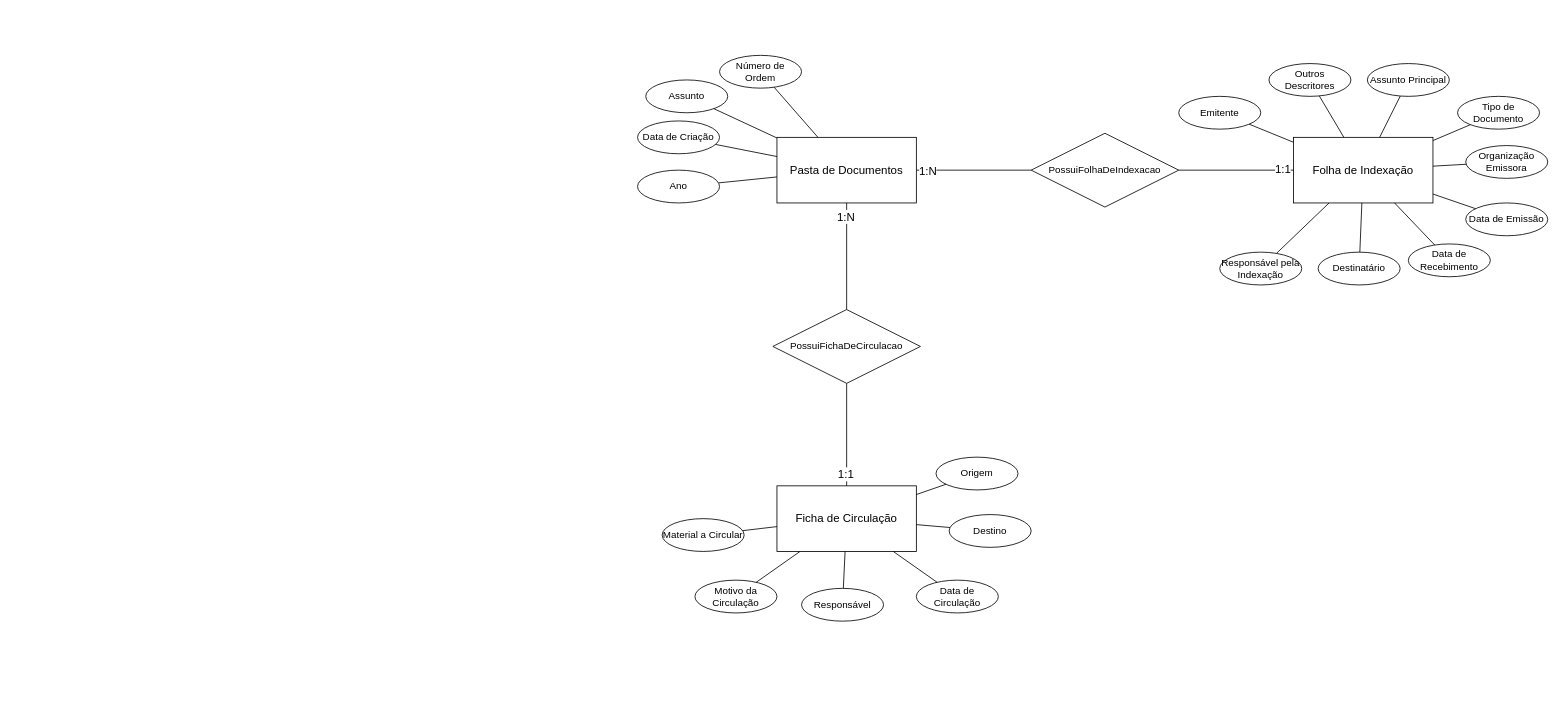
divinor07/avasolos keeps this draw.io diagram as Diagrama sem nome.drawio. Above is the earlier version. Source tidied: cells renumbered, new cells numbered last; positions are measured from the earlier drawing's top-left corner, leaving out a move shared by most shapes. Both pictures are drawn from the tidied source at 82%, with x=0, y=0 at pixel (637, 55).
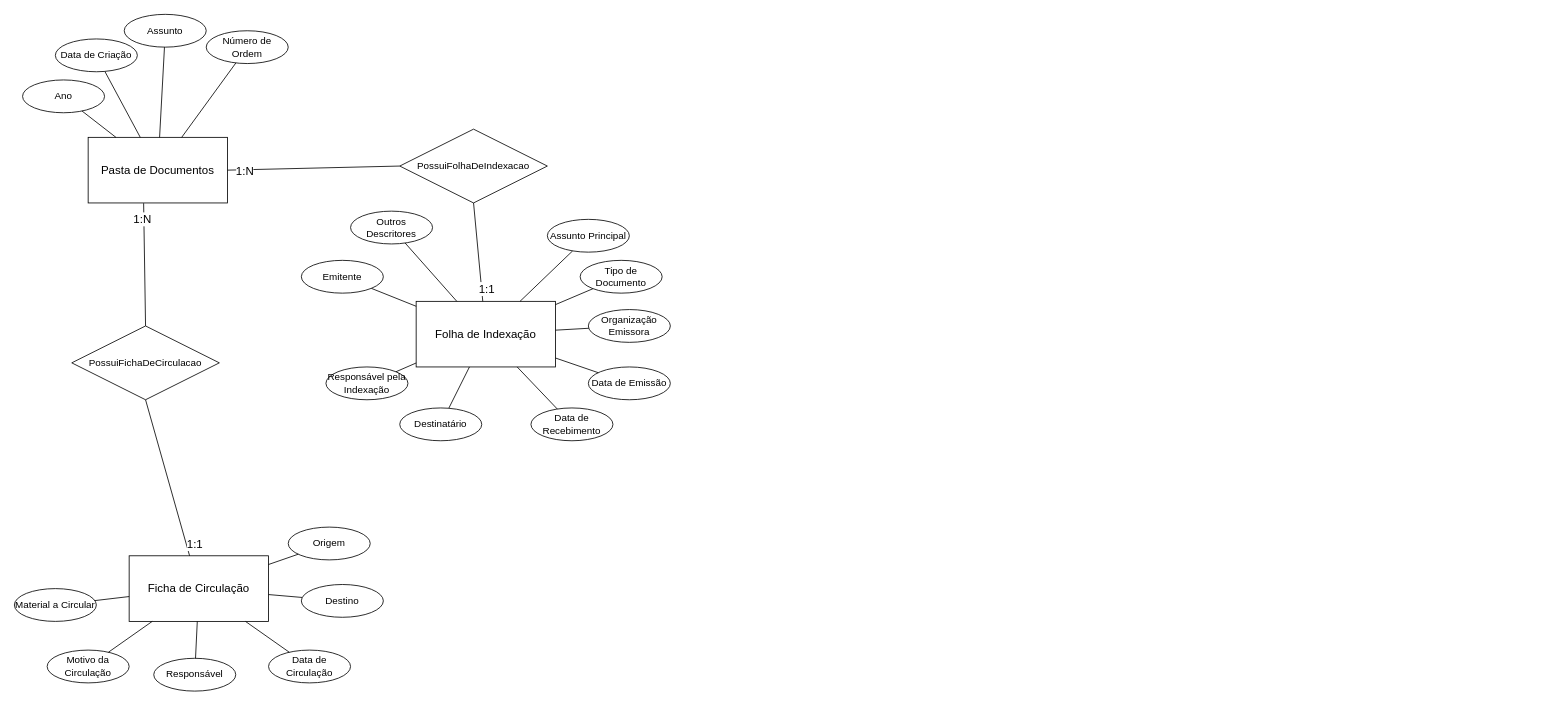
The same diagram, later.

Diff of the diagram source:
```diff
@@
     <mxCell id="2" value="Pasta de Documentos" style="whiteSpace=wrap;html=1;align=center;fontSize=14;" parent="1" vertex="1">
-      <mxGeometry x="170" y="100" width="170" height="80" as="geometry" />
+      <mxGeometry x="-670" y="100" width="170" height="80" as="geometry" />
     </mxCell>
     <mxCell id="3" value="PossuiFichaDeCirculacao" style="shape=rhombus;perimeter=rhombusPerimeter;whiteSpace=wrap;html=1;align=center;" parent="1" vertex="1">
-      <mxGeometry x="165" y="310" width="180" height="90" as="geometry" />
+      <mxGeometry x="-690" y="330" width="180" height="90" as="geometry" />
     </mxCell>
     <mxCell id="4" value="Ficha de Circulação" style="whiteSpace=wrap;html=1;align=center;fontSize=14;" parent="1" vertex="1">
-      <mxGeometry x="170" y="525" width="170" height="80" as="geometry" />
+      <mxGeometry x="-620" y="610.3" width="170" height="80" as="geometry" />
     </mxCell>
     <mxCell id="5" value="Folha de Indexação" style="whiteSpace=wrap;html=1;align=center;fontSize=14;" parent="1" vertex="1">
-      <mxGeometry x="800" y="100" width="170" height="80" as="geometry" />
+      <mxGeometry x="-270" y="300" width="170" height="80" as="geometry" />
     </mxCell>
     <mxCell id="6" value="PossuiFolhaDeIndexacao" style="shape=rhombus;perimeter=rhombusPerimeter;whiteSpace=wrap;html=1;align=center;fontSize=12;" parent="1" vertex="1">
-      <mxGeometry x="480" y="95" width="180" height="90" as="geometry" />
+      <mxGeometry x="-290" y="90" width="180" height="90" as="geometry" />
     </mxCell>
-    <mxCell id="7" style="endArrow=none;html=1;rounded=0;entryX=0.5;entryY=1;entryDx=0;entryDy=0;exitX=0.5;exitY=0;exitDx=0;exitDy=0;" parent="1" edge="1" source="3" target="2">
+    <mxCell id="7" style="endArrow=none;html=1;rounded=0;entryX=0.398;entryY=1.004;entryDx=0;entryDy=0;exitX=0.5;exitY=0;exitDx=0;exitDy=0;entryPerimeter=0;" parent="1" edge="1" source="3" target="2">
       <mxGeometry relative="1" as="geometry" />
     </mxCell>
@@
-    <mxCell id="9" style="endArrow=none;html=1;rounded=0;exitX=0.5;exitY=1;exitDx=0;exitDy=0;" parent="1" edge="1" source="3">
-      <mxGeometry relative="1" as="geometry">
-        <mxPoint x="255" y="525" as="targetPoint" />
-      </mxGeometry>
+    <mxCell id="9" style="endArrow=none;html=1;rounded=0;exitX=0.5;exitY=1;exitDx=0;exitDy=0;" parent="1" edge="1" source="3" target="4">
+      <mxGeometry relative="1" as="geometry" />
     </mxCell>
     <mxCell id="10" value="1:1" style="edgeLabel;html=1;align=center;verticalAlign=middle;fontSize=14;" parent="9" vertex="1">
       <mxGeometry x="0.81" y="-2" relative="1" as="geometry">
-        <mxPoint y="-3" as="offset" />
+        <mxPoint x="13" y="3" as="offset" />
       </mxGeometry>
     </mxCell>
@@
-    <mxCell id="13" style="endArrow=none;html=1;rounded=0;entryX=0;entryY=0.5;entryDx=0;entryDy=0;exitX=1;exitY=0.5;exitDx=0;exitDy=0;" parent="1" edge="1" source="6" target="5">
+    <mxCell id="13" style="endArrow=none;html=1;rounded=0;exitX=0.5;exitY=1;exitDx=0;exitDy=0;" parent="1" edge="1" source="6" target="5">
       <mxGeometry relative="1" as="geometry" />
     </mxCell>
@@
     <mxCell id="15" value="Assunto" style="ellipse;whiteSpace=wrap;html=1;align=center;" parent="1" vertex="1">
-      <mxGeometry x="10" y="30" width="100" height="40" as="geometry" />
+      <mxGeometry x="-626" y="-50" width="100" height="40" as="geometry" />
     </mxCell>
     <mxCell id="16" value="Ano" style="ellipse;whiteSpace=wrap;html=1;align=center;" parent="1" vertex="1">
-      <mxGeometry y="140" width="100" height="40" as="geometry" />
+      <mxGeometry x="-750" y="30" width="100" height="40" as="geometry" />
     </mxCell>
     <mxCell id="17" value="Número de Ordem" style="ellipse;whiteSpace=wrap;html=1;align=center;" parent="1" vertex="1">
-      <mxGeometry x="100" width="100" height="40" as="geometry" />
+      <mxGeometry x="-526" y="-30" width="100" height="40" as="geometry" />
     </mxCell>
     <mxCell id="18" value="Data de Criação" style="ellipse;whiteSpace=wrap;html=1;align=center;" parent="1" vertex="1">
-      <mxGeometry y="80" width="100" height="40" as="geometry" />
+      <mxGeometry x="-710" y="-20" width="100" height="40" as="geometry" />
     </mxCell>
@@
     <mxCell id="24" value="Material a Circular" style="ellipse;whiteSpace=wrap;html=1;align=center;" parent="1" vertex="1">
-      <mxGeometry x="30" y="565" width="100" height="40" as="geometry" />
+      <mxGeometry x="-760" y="650.3" width="100" height="40" as="geometry" />
     </mxCell>
     <mxCell id="25" value="Origem" style="ellipse;whiteSpace=wrap;html=1;align=center;" parent="1" vertex="1">
-      <mxGeometry x="364" y="490" width="100" height="40" as="geometry" />
+      <mxGeometry x="-426" y="575.3" width="100" height="40" as="geometry" />
     </mxCell>
     <mxCell id="26" value="Destino" style="ellipse;whiteSpace=wrap;html=1;align=center;" parent="1" vertex="1">
-      <mxGeometry x="380" y="560" width="100" height="40" as="geometry" />
+      <mxGeometry x="-410" y="645.3" width="100" height="40" as="geometry" />
     </mxCell>
     <mxCell id="27" value="Responsável" style="ellipse;whiteSpace=wrap;html=1;align=center;" parent="1" vertex="1">
-      <mxGeometry x="200" y="650" width="100" height="40" as="geometry" />
+      <mxGeometry x="-590" y="735.3" width="100" height="40" as="geometry" />
     </mxCell>
     <mxCell id="28" value="Data de Circulação" style="ellipse;whiteSpace=wrap;html=1;align=center;" parent="1" vertex="1">
-      <mxGeometry x="340" y="640" width="100" height="40" as="geometry" />
+      <mxGeometry x="-450" y="725.3" width="100" height="40" as="geometry" />
     </mxCell>
     <mxCell id="29" value="Motivo da Circulação" style="ellipse;whiteSpace=wrap;html=1;align=center;" parent="1" vertex="1">
-      <mxGeometry x="70" y="640" width="100" height="40" as="geometry" />
+      <mxGeometry x="-720" y="725.3" width="100" height="40" as="geometry" />
     </mxCell>
@@
     <mxCell id="36" value="Destinatário" style="ellipse;whiteSpace=wrap;html=1;align=center;" parent="1" vertex="1">
-      <mxGeometry x="830" y="240" width="100" height="40" as="geometry" />
+      <mxGeometry x="-290" y="430" width="100" height="40" as="geometry" />
     </mxCell>
     <mxCell id="37" value="Assunto Principal" style="ellipse;whiteSpace=wrap;html=1;align=center;" parent="1" vertex="1">
-      <mxGeometry x="890" y="10" width="100" height="40" as="geometry" />
+      <mxGeometry x="-110" y="200" width="100" height="40" as="geometry" />
     </mxCell>
     <mxCell id="38" value="Outros Descritores" style="ellipse;whiteSpace=wrap;html=1;align=center;" parent="1" vertex="1">
-      <mxGeometry x="770" y="10" width="100" height="40" as="geometry" />
+      <mxGeometry x="-350" y="190" width="100" height="40" as="geometry" />
     </mxCell>
     <mxCell id="39" value="Data de Recebimento" style="ellipse;whiteSpace=wrap;html=1;align=center;" parent="1" vertex="1">
-      <mxGeometry x="940" y="230" width="100" height="40" as="geometry" />
+      <mxGeometry x="-130" y="430" width="100" height="40" as="geometry" />
     </mxCell>
     <mxCell id="40" value="Responsável pela Indexação" style="ellipse;whiteSpace=wrap;html=1;align=center;" parent="1" vertex="1">
-      <mxGeometry x="710" y="240" width="100" height="40" as="geometry" />
+      <mxGeometry x="-380" y="380" width="100" height="40" as="geometry" />
     </mxCell>
     <mxCell id="41" value="Organização Emissora" style="ellipse;whiteSpace=wrap;html=1;align=center;" parent="1" vertex="1">
-      <mxGeometry x="1010" y="110" width="100" height="40" as="geometry" />
+      <mxGeometry x="-60" y="310" width="100" height="40" as="geometry" />
     </mxCell>
     <mxCell id="42" value="Data de Emissão" style="ellipse;whiteSpace=wrap;html=1;align=center;" parent="1" vertex="1">
-      <mxGeometry x="1010" y="180" width="100" height="40" as="geometry" />
+      <mxGeometry x="-60" y="380" width="100" height="40" as="geometry" />
     </mxCell>
     <mxCell id="43" value="Emitente" style="ellipse;whiteSpace=wrap;html=1;align=center;" parent="1" vertex="1">
-      <mxGeometry x="660" y="50" width="100" height="40" as="geometry" />
+      <mxGeometry x="-410" y="250" width="100" height="40" as="geometry" />
     </mxCell>
     <mxCell id="44" value="Tipo de Documento" style="ellipse;whiteSpace=wrap;html=1;align=center;" parent="1" vertex="1">
-      <mxGeometry x="1000" y="50" width="100" height="40" as="geometry" />
+      <mxGeometry x="-70" y="250" width="100" height="40" as="geometry" />
     </mxCell>
```
